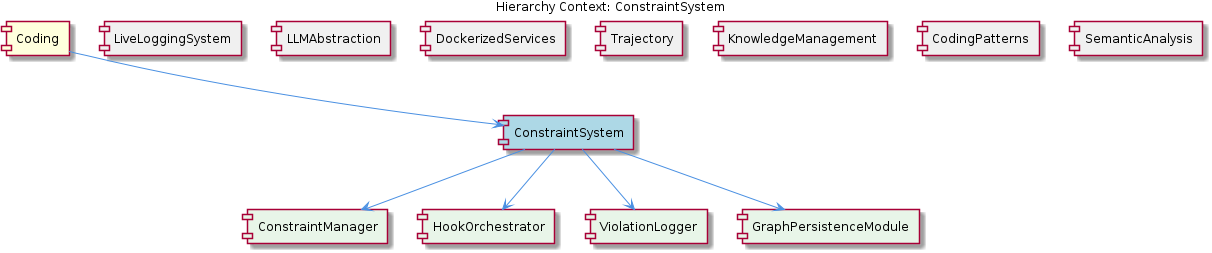
Earlier version of the PlantUML export .data/knowledge-graph/insights/images/constraint-system-relationship.png (fwornle/coding). Its source is kept beside it as .data/knowledge-graph/insights/puml/constraint-system-relationship.puml. Its diagram source:
```plantuml
@startuml
!include _standard-style.puml

title Hierarchy Context: ConstraintSystem

[Coding] as coding #FFFFDD
[ConstraintSystem] as constraint_system #LightBlue
[LiveLoggingSystem] as live_logging_system #F0F0F0
[LLMAbstraction] as llmabstraction #F0F0F0
[DockerizedServices] as dockerized_services #F0F0F0
[Trajectory] as trajectory #F0F0F0
[KnowledgeManagement] as knowledge_management #F0F0F0
[CodingPatterns] as coding_patterns #F0F0F0
[SemanticAnalysis] as semantic_analysis #F0F0F0
[ConstraintManager] as constraint_manager #E8F5E8
[HookOrchestrator] as hook_orchestrator #E8F5E8
[ViolationLogger] as violation_logger #E8F5E8
[GraphPersistenceModule] as graph_persistence_module #E8F5E8

coding --> constraint_system
live_logging_system -[hidden]- constraint_system
llmabstraction -[hidden]- constraint_system
dockerized_services -[hidden]- constraint_system
trajectory -[hidden]- constraint_system
knowledge_management -[hidden]- constraint_system
coding_patterns -[hidden]- constraint_system
semantic_analysis -[hidden]- constraint_system
constraint_system --> constraint_manager
constraint_system --> hook_orchestrator
constraint_system --> violation_logger
constraint_system --> graph_persistence_module

@enduml
```
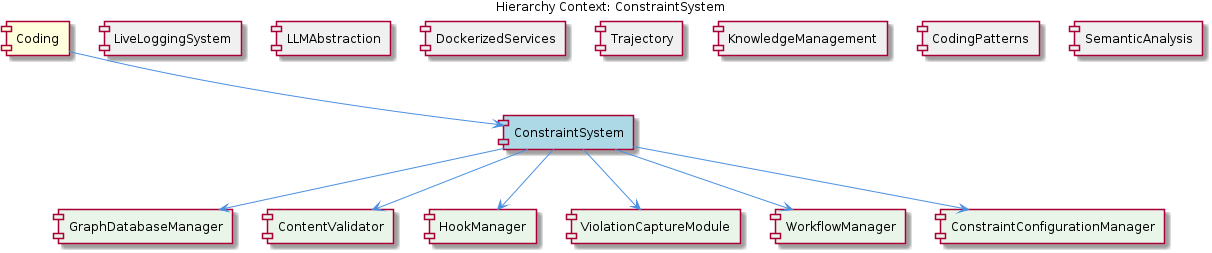
After the change.

Diff of the diagram source:
```diff
@@ -12,10 +12,12 @@
 [KnowledgeManagement] as knowledge_management #F0F0F0
 [CodingPatterns] as coding_patterns #F0F0F0
 [SemanticAnalysis] as semantic_analysis #F0F0F0
-[ConstraintManager] as constraint_manager #E8F5E8
-[HookOrchestrator] as hook_orchestrator #E8F5E8
-[ViolationLogger] as violation_logger #E8F5E8
-[GraphPersistenceModule] as graph_persistence_module #E8F5E8
+[GraphDatabaseManager] as graph_database_manager #E8F5E8
+[ContentValidator] as content_validator #E8F5E8
+[HookManager] as hook_manager #E8F5E8
+[ViolationCaptureModule] as violation_capture_module #E8F5E8
+[WorkflowManager] as workflow_manager #E8F5E8
+[ConstraintConfigurationManager] as constraint_configuration_manager #E8F5E8
 
 coding --> constraint_system
 live_logging_system -[hidden]- constraint_system
@@ -25,9 +27,11 @@
 knowledge_management -[hidden]- constraint_system
 coding_patterns -[hidden]- constraint_system
 semantic_analysis -[hidden]- constraint_system
-constraint_system --> constraint_manager
-constraint_system --> hook_orchestrator
-constraint_system --> violation_logger
-constraint_system --> graph_persistence_module
+constraint_system --> graph_database_manager
+constraint_system --> content_validator
+constraint_system --> hook_manager
+constraint_system --> violation_capture_module
+constraint_system --> workflow_manager
+constraint_system --> constraint_configuration_manager
 
 @enduml
```
